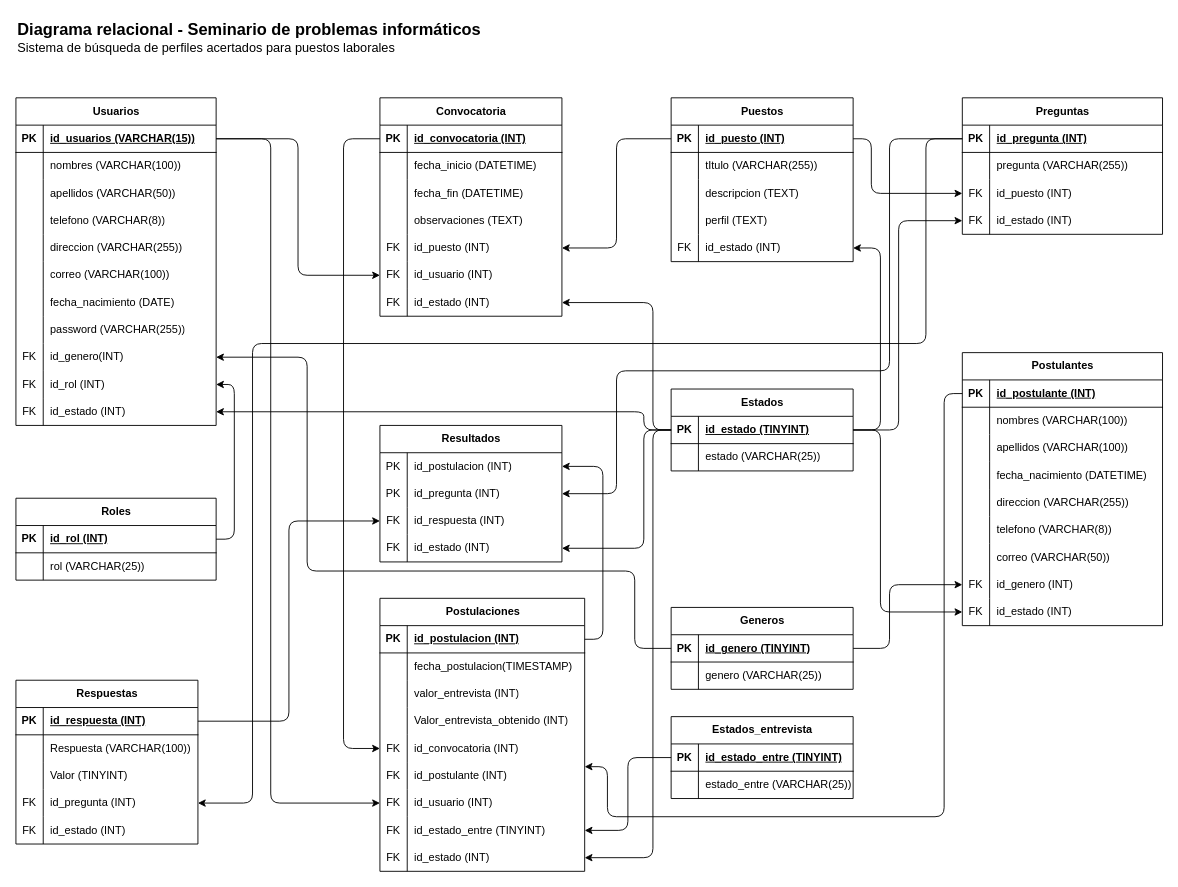
This is bd/diagrama-relacional.drawio from maykchom/seminario-proyecto, a draw.io file, before an edit. Source tidied: cells renumbered, new cells numbered last; positions are measured from the earlier drawing's top-left corner, leaving out a move shared by most shapes. Both pictures are drawn from the tidied source at 91%, with x=0, y=0 at pixel (15, 15).
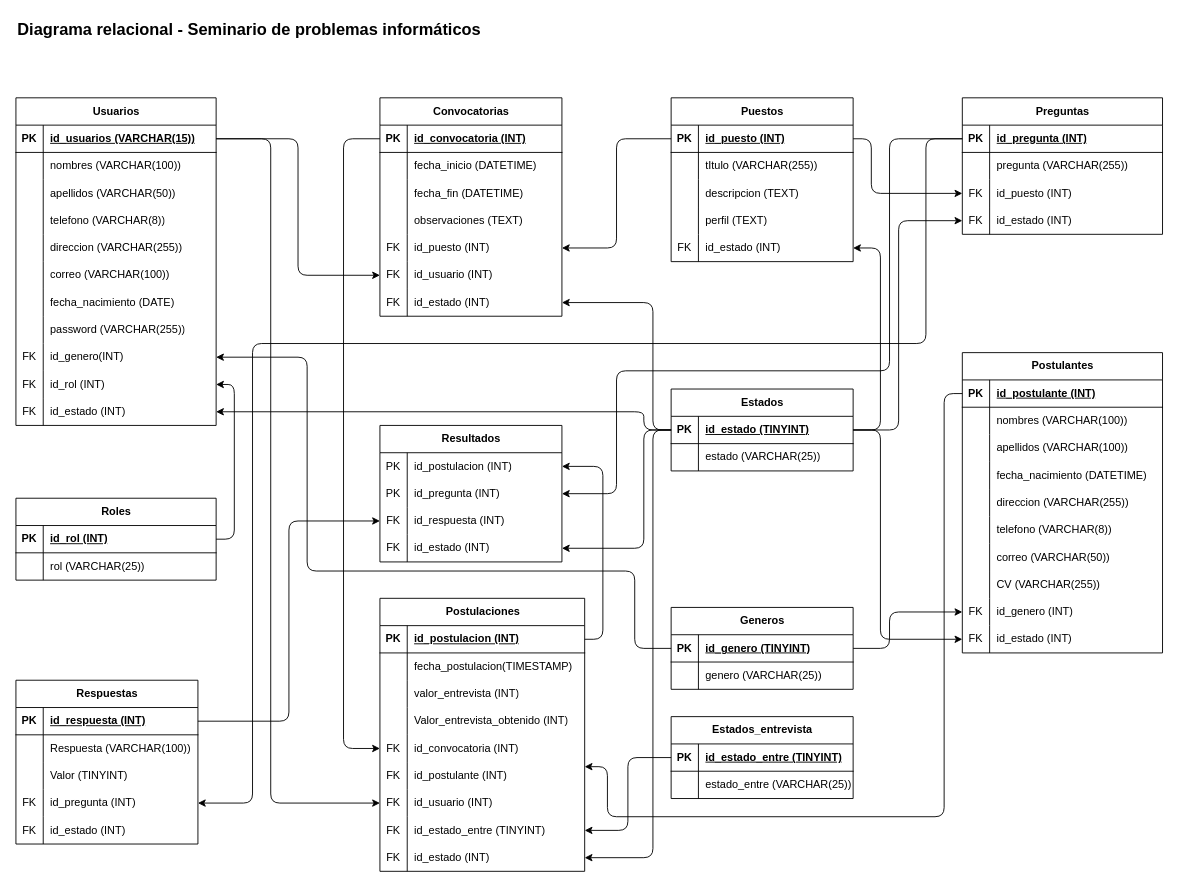
The same diagram, later.

Unchanged cells that the change refers to:
```xml
<mxCell id="111" style="shape=tableRow;horizontal=0;startSize=0;swimlaneHead=0;swimlaneBody=0;fillColor=none;points=[[0,0.5],[1,0.5]];portConstraint=eastwest;top=0;left=0;right=0;bottom=1;" parent="110" vertex="1">
  <mxGeometry y="30" width="200" height="30" as="geometry" />
</mxCell>
<mxCell id="118" style="shape=tableRow;horizontal=0;startSize=0;swimlaneHead=0;swimlaneBody=0;fillColor=none;points=[[0,0.5],[1,0.5]];portConstraint=eastwest;top=0;left=0;right=0;bottom=1;" parent="117" vertex="1">
  <mxGeometry y="30" width="200" height="30" as="geometry" />
</mxCell>
```

What changed in the source:
```diff
@@
-    <mxCell id="2" value="Convocatoria" style="shape=table;startSize=30;childLayout=tableLayout;rowLines=0;fontStyle=1;align=center;html=1;" parent="1" vertex="1">
+    <mxCell id="2" value="Convocatorias" style="shape=table;startSize=30;childLayout=tableLayout;rowLines=0;fontStyle=1;align=center;html=1;" parent="1" vertex="1">
       <mxGeometry x="400" y="90" width="200" height="240" as="geometry" />
     </mxCell>
@@
     <mxCell id="24" value="Postulantes" style="shape=table;startSize=30;childLayout=tableLayout;rowLines=0;fontStyle=1;align=center;html=1;" parent="1" vertex="1">
-      <mxGeometry x="1040" y="370" width="220" height="300" as="geometry" />
+      <mxGeometry x="1040" y="370" width="220" height="330" as="geometry" />
     </mxCell>
@@
+    <mxCell id="224" style="shape=tableRow;horizontal=0;startSize=0;swimlaneHead=0;swimlaneBody=0;fillColor=none;top=0;left=0;right=0;bottom=0;" parent="24" vertex="1">
+      <mxGeometry y="240" width="220" height="30" as="geometry" />
+    </mxCell>
+    <mxCell id="225" style="shape=partialRectangle;fillColor=none;top=0;left=0;bottom=0;right=0;overflow=hidden;whiteSpace=wrap;html=1;" parent="224" vertex="1">
+      <mxGeometry width="30" height="30" as="geometry" />
+    </mxCell>
+    <mxCell id="226" value="CV (VARCHAR(255))" style="shape=partialRectangle;fillColor=none;top=0;left=0;bottom=0;right=0;align=left;spacingLeft=6;overflow=hidden;whiteSpace=wrap;html=1;" parent="224" vertex="1">
+      <mxGeometry x="30" width="190" height="30" as="geometry" />
+    </mxCell>
     <mxCell id="46" style="shape=tableRow;horizontal=0;startSize=0;swimlaneHead=0;swimlaneBody=0;fillColor=none;points=[[0,0.5],[1,0.5]];portConstraint=eastwest;top=0;left=0;right=0;bottom=0;" parent="24" vertex="1">
-      <mxGeometry y="240" width="220" height="30" as="geometry" />
+      <mxGeometry y="270" width="220" height="30" as="geometry" />
     </mxCell>
@@
     <mxCell id="49" style="shape=tableRow;horizontal=0;startSize=0;swimlaneHead=0;swimlaneBody=0;fillColor=none;points=[[0,0.5],[1,0.5]];portConstraint=eastwest;top=0;left=0;right=0;bottom=0;" parent="24" vertex="1">
-      <mxGeometry y="270" width="220" height="30" as="geometry" />
+      <mxGeometry y="300" width="220" height="30" as="geometry" />
     </mxCell>
@@
     <mxCell id="126" style="edgeStyle=orthogonalEdgeStyle;rounded=1;jettySize=auto;html=1;exitX=1;exitY=0.5;exitDx=0;exitDy=0;entryX=0;entryY=0.5;entryDx=0;entryDy=0;" parent="1" edge="1" source="111" target="46">
       <mxGeometry relative="1" as="geometry">
         <Array as="points">
           <mxPoint x="960" y="695" />
-          <mxPoint x="960" y="625" />
+          <mxPoint x="960" y="655" />
         </Array>
       </mxGeometry>
     </mxCell>
@@
-    <mxCell id="131" value="&lt;font style=&quot;font-size: 14px;&quot;&gt;Sistema de búsqueda&amp;nbsp;de perfiles acertados para puestos laborales&lt;/font&gt;" style="text;html=1;strokeColor=none;fillColor=none;align=left;verticalAlign=middle;whiteSpace=wrap;rounded=0;" parent="1" vertex="1">
-      <mxGeometry y="20" width="585" height="30" as="geometry" />
-    </mxCell>
@@
     <mxCell id="202" style="edgeStyle=orthogonalEdgeStyle;rounded=1;jettySize=auto;html=1;exitX=1;exitY=0.5;exitDx=0;exitDy=0;entryX=0;entryY=0.5;entryDx=0;entryDy=0;" parent="1" edge="1" source="118" target="49">
       <mxGeometry relative="1" as="geometry">
         <Array as="points">
           <mxPoint x="950" y="455" />
-          <mxPoint x="950" y="655" />
+          <mxPoint x="950" y="685" />
         </Array>
       </mxGeometry>
     </mxCell>
```
